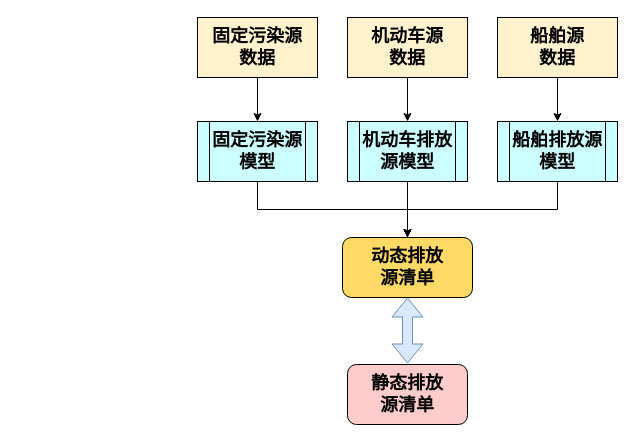
The draw.io diagram 动态源清单内容.drawio in WienWong/Misc, before the edit. Source tidied: cells renumbered, new cells numbered last; positions are measured from the earlier drawing's top-left corner, leaving out a move shared by most shapes. Both pictures are drawn from the tidied source at 100%, with x=0, y=0 at pixel (197, 17).
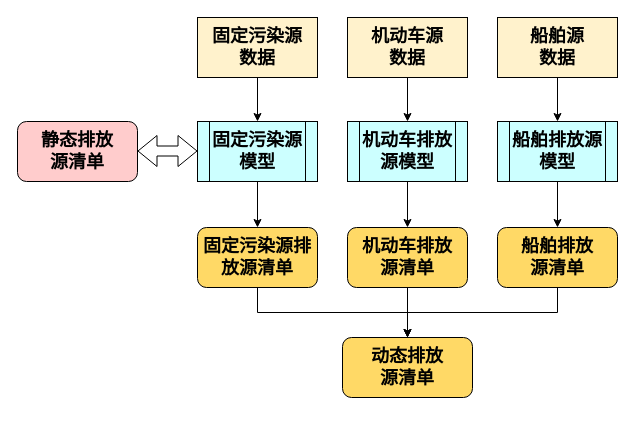
Above is the later version.

Commit message (it also covers changes not shown here):
Update 动态源清单内容.drawio

Unchanged cells that the change refers to:
```xml
<mxCell id="12" value="&lt;font style=&quot;font-size: 18px&quot;&gt;&lt;b&gt;固定污染源&lt;br&gt;模型&lt;/b&gt;&lt;/font&gt;" style="shape=process;whiteSpace=wrap;html=1;backgroundOutline=1;fillColor=#CCFFFF;" parent="1" vertex="1">
  <mxGeometry y="104" width="120" height="60" as="geometry" />
</mxCell>
<mxCell id="14" value="&lt;font style=&quot;font-size: 18px&quot;&gt;&lt;b&gt;机动车排放源模型&lt;/b&gt;&lt;/font&gt;" style="shape=process;whiteSpace=wrap;html=1;backgroundOutline=1;fillColor=#CCFFFF;" parent="1" vertex="1">
  <mxGeometry x="150" y="104" width="120" height="60" as="geometry" />
</mxCell>
<mxCell id="16" value="&lt;b&gt;&lt;font style=&quot;font-size: 18px&quot;&gt;船舶排放源&lt;br&gt;模型&lt;/font&gt;&lt;/b&gt;" style="shape=process;whiteSpace=wrap;html=1;backgroundOutline=1;fillColor=#CCFFFF;" parent="1" vertex="1">
  <mxGeometry x="300" y="104" width="120" height="60" as="geometry" />
</mxCell>
```

The edit, as a diff of the source:
```diff
@@
     <mxCell id="2" value="&lt;font style=&quot;font-size: 18px&quot;&gt;&lt;b&gt;动态&lt;/b&gt;&lt;b&gt;排放&lt;br&gt;源清单&lt;/b&gt;&lt;b&gt;&lt;br&gt;&lt;/b&gt;&lt;/font&gt;" style="rounded=1;whiteSpace=wrap;html=1;fillColor=#FFD966;" parent="1" vertex="1">
-      <mxGeometry x="145" y="220" width="130" height="60" as="geometry" />
+      <mxGeometry x="145" y="320" width="130" height="60" as="geometry" />
     </mxCell>
@@
     <mxCell id="9" value="&lt;font style=&quot;font-size: 18px&quot;&gt;&lt;b&gt;静态排放&lt;br&gt;源清单&lt;/b&gt;&lt;/font&gt;" style="rounded=1;whiteSpace=wrap;html=1;fillColor=#FFCCCC;" parent="1" vertex="1">
-      <mxGeometry x="150" y="347" width="120" height="60" as="geometry" />
+      <mxGeometry x="-180" y="104" width="120" height="60" as="geometry" />
     </mxCell>
-    <mxCell id="10" style="shape=flexArrow;endArrow=classic;startArrow=classic;html=1;fillColor=#dae8fc;strokeColor=#6c8ebf;" parent="1" edge="1">
-      <mxGeometry relative="1" as="geometry">
-        <mxPoint x="210" y="346" as="sourcePoint" />
-        <mxPoint x="210" y="280" as="targetPoint" />
-      </mxGeometry>
-    </mxCell>
-    <mxCell id="11" style="edgeStyle=orthogonalEdgeStyle;rounded=0;jettySize=auto;html=1;exitX=0.5;exitY=1;exitDx=0;exitDy=0;entryX=0.5;entryY=0;entryDx=0;entryDy=0;" parent="1" edge="1" source="12" target="2">
-      <mxGeometry relative="1" as="geometry" />
-    </mxCell>
+    <mxCell id="17" style="edgeStyle=orthogonalEdgeStyle;rounded=0;jettySize=auto;html=1;exitX=0.5;exitY=1;exitDx=0;exitDy=0;" parent="1" edge="1" source="12" target="22">
+      <mxGeometry relative="1" as="geometry" />
+    </mxCell>
@@
-    <mxCell id="13" style="edgeStyle=orthogonalEdgeStyle;rounded=0;jettySize=auto;html=1;exitX=0.5;exitY=1;exitDx=0;exitDy=0;" parent="1" edge="1" source="14">
-      <mxGeometry relative="1" as="geometry">
-        <mxPoint x="210" y="220" as="targetPoint" />
-      </mxGeometry>
-    </mxCell>
+    <mxCell id="18" style="edgeStyle=orthogonalEdgeStyle;rounded=0;jettySize=auto;html=1;exitX=0.5;exitY=1;exitDx=0;exitDy=0;entryX=0.5;entryY=0;entryDx=0;entryDy=0;" parent="1" edge="1" source="14" target="24">
+      <mxGeometry relative="1" as="geometry" />
+    </mxCell>
@@
-    <mxCell id="15" style="edgeStyle=orthogonalEdgeStyle;rounded=0;jettySize=auto;html=1;exitX=0.5;exitY=1;exitDx=0;exitDy=0;entryX=0.5;entryY=0;entryDx=0;entryDy=0;" parent="1" edge="1" source="16" target="2">
-      <mxGeometry relative="1" as="geometry" />
-    </mxCell>
+    <mxCell id="19" style="edgeStyle=orthogonalEdgeStyle;rounded=0;jettySize=auto;html=1;exitX=0.5;exitY=1;exitDx=0;exitDy=0;entryX=0.5;entryY=0;entryDx=0;entryDy=0;" parent="1" edge="1" source="16" target="26">
+      <mxGeometry relative="1" as="geometry" />
+    </mxCell>
@@
+    <mxCell id="20" style="shape=flexArrow;endArrow=classic;startArrow=classic;html=1;" parent="1" edge="1">
+      <mxGeometry relative="1" as="geometry">
+        <mxPoint x="-60" y="133.5" as="sourcePoint" />
+        <mxPoint y="133.5" as="targetPoint" />
+      </mxGeometry>
+    </mxCell>
+    <mxCell id="21" style="edgeStyle=orthogonalEdgeStyle;rounded=0;jettySize=auto;html=1;exitX=0.5;exitY=1;exitDx=0;exitDy=0;entryX=0.5;entryY=0;entryDx=0;entryDy=0;" parent="1" edge="1" source="22" target="2">
+      <mxGeometry relative="1" as="geometry" />
+    </mxCell>
+    <mxCell id="22" value="&lt;font style=&quot;font-size: 18px&quot;&gt;&lt;b&gt;固定污染源排放源清单&lt;/b&gt;&lt;b&gt;&lt;br&gt;&lt;/b&gt;&lt;/font&gt;" style="rounded=1;whiteSpace=wrap;html=1;fillColor=#FFD966;" parent="1" vertex="1">
+      <mxGeometry y="210" width="120" height="60" as="geometry" />
+    </mxCell>
+    <mxCell id="23" style="edgeStyle=orthogonalEdgeStyle;rounded=0;jettySize=auto;html=1;exitX=0.5;exitY=1;exitDx=0;exitDy=0;" parent="1" edge="1" source="24">
+      <mxGeometry relative="1" as="geometry">
+        <mxPoint x="210" y="320" as="targetPoint" />
+      </mxGeometry>
+    </mxCell>
+    <mxCell id="24" value="&lt;font style=&quot;font-size: 18px&quot;&gt;&lt;b&gt;机动车排放&lt;br&gt;源清单&lt;/b&gt;&lt;b&gt;&lt;br&gt;&lt;/b&gt;&lt;/font&gt;" style="rounded=1;whiteSpace=wrap;html=1;fillColor=#FFD966;" parent="1" vertex="1">
+      <mxGeometry x="150" y="210" width="120" height="60" as="geometry" />
+    </mxCell>
+    <mxCell id="25" style="edgeStyle=orthogonalEdgeStyle;rounded=0;jettySize=auto;html=1;exitX=0.5;exitY=1;exitDx=0;exitDy=0;entryX=0.5;entryY=0;entryDx=0;entryDy=0;" parent="1" edge="1" source="26" target="2">
+      <mxGeometry relative="1" as="geometry" />
+    </mxCell>
+    <mxCell id="26" value="&lt;font style=&quot;font-size: 18px&quot;&gt;&lt;b&gt;船舶排放&lt;br&gt;源清单&lt;/b&gt;&lt;b&gt;&lt;br&gt;&lt;/b&gt;&lt;/font&gt;" style="rounded=1;whiteSpace=wrap;html=1;fillColor=#FFD966;" parent="1" vertex="1">
+      <mxGeometry x="300" y="210" width="120" height="60" as="geometry" />
+    </mxCell>
```
